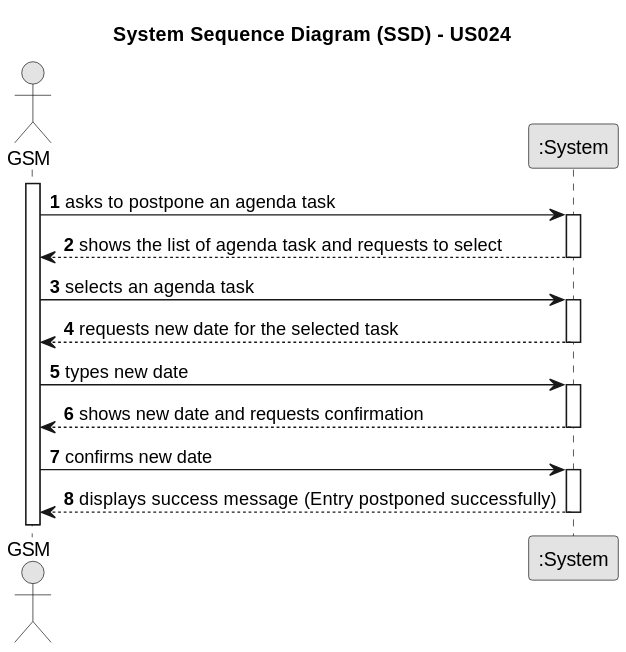
ricardomm7/leaflink keeps this PlantUML diagram as docs/sprintC/us024/01.requirements-engineering/svg/us024-system-sequence-diagram-alternative-one.svg. Above is the earlier version. Source of this version:
```plantuml
@startuml
skinparam monochrome true
skinparam packageStyle rectangle
skinparam shadowing false

title System Sequence Diagram (SSD) - US024

autonumber

actor "GSM" as GSM
participant ":System" as System

activate GSM

    GSM -> System : asks to postpone an agenda task
    activate System

        System --> GSM : shows the list of agenda task and requests to select
    deactivate System

    GSM -> System : selects an agenda task

    activate System

        System --> GSM : requests new date for the selected task
    deactivate System

    GSM -> System : types new date

    activate System

        System --> GSM : shows new date and requests confirmation
    deactivate System

    GSM -> System : confirms new date
    activate System

        System --> GSM : displays success message (Entry postponed successfully)
    deactivate System
@enduml
```
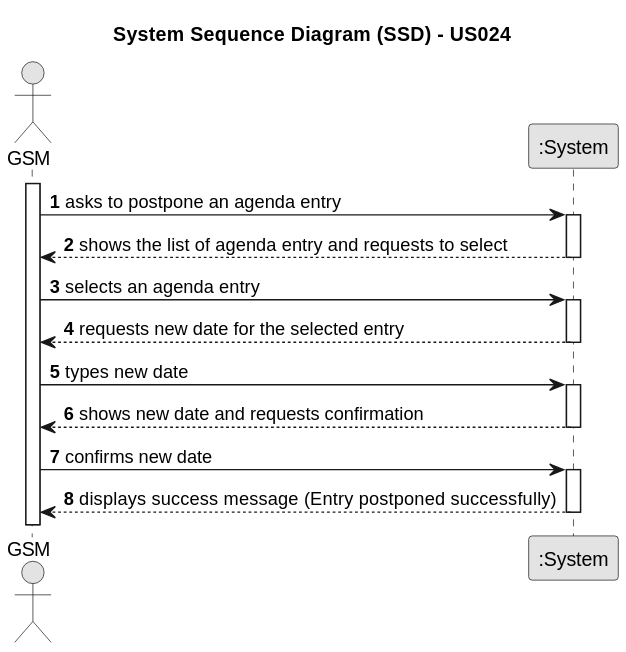
The same file after the commit.

What changed in the source:
```diff
@@ -12,17 +12,17 @@
 
 activate GSM
 
-    GSM -> System : asks to postpone an agenda task
+    GSM -> System : asks to postpone an agenda entry
     activate System
 
-        System --> GSM : shows the list of agenda task and requests to select
+        System --> GSM : shows the list of agenda entry and requests to select
     deactivate System
 
-    GSM -> System : selects an agenda task
+    GSM -> System : selects an agenda entry
 
     activate System
 
-        System --> GSM : requests new date for the selected task
+        System --> GSM : requests new date for the selected entry
     deactivate System
 
     GSM -> System : types new date
```
